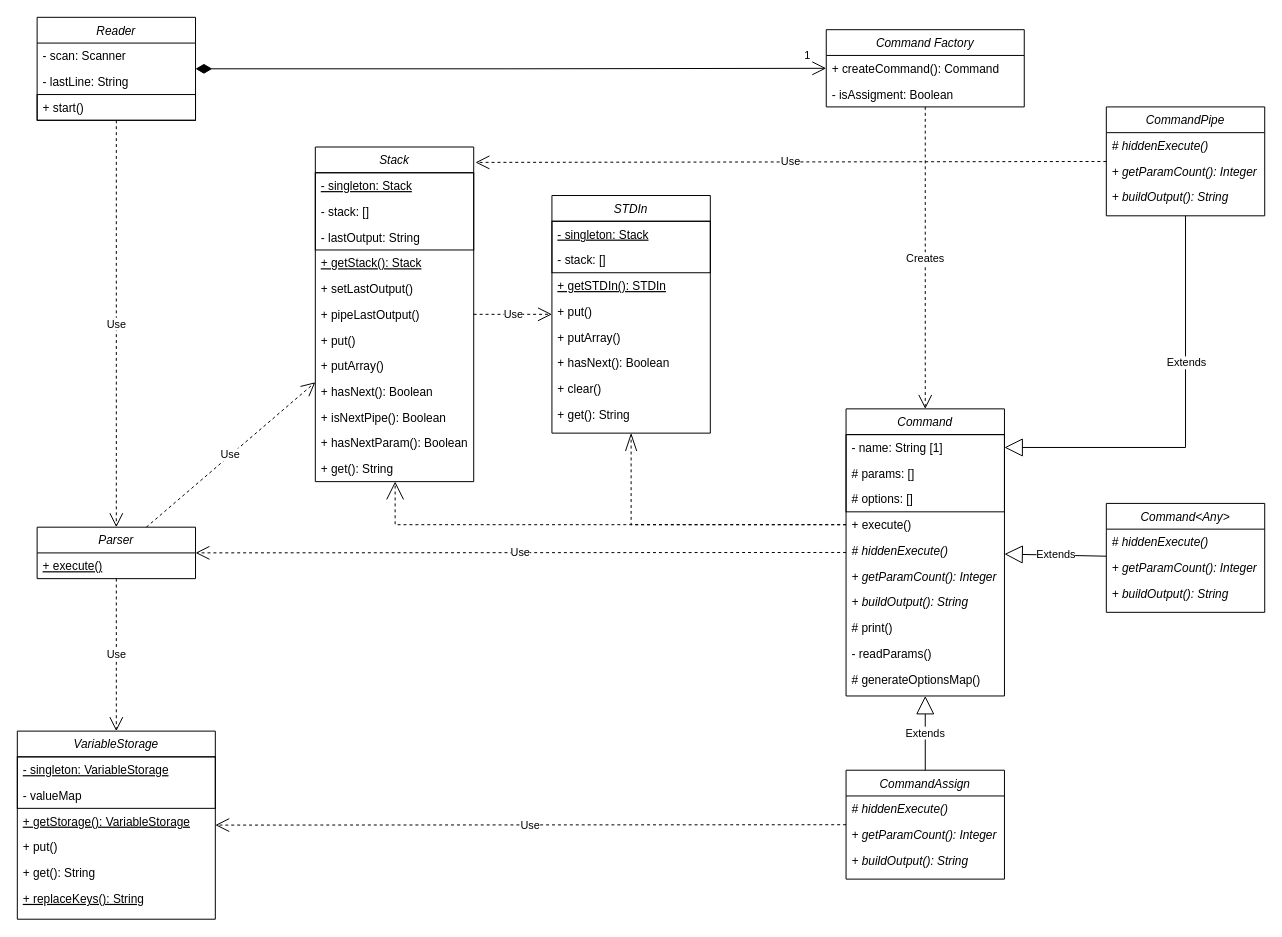
Before: Homework/CLI/CLI/ClassDiagramm.drawio in bogdanspbm/system_architecture, a draw.io diagram. Source tidied: cells renumbered, new cells numbered last; positions are measured from the earlier drawing's top-left corner, leaving out a move shared by most shapes. Both pictures are drawn from the tidied source at 99%, with x=0, y=0 at pixel (17, 17).
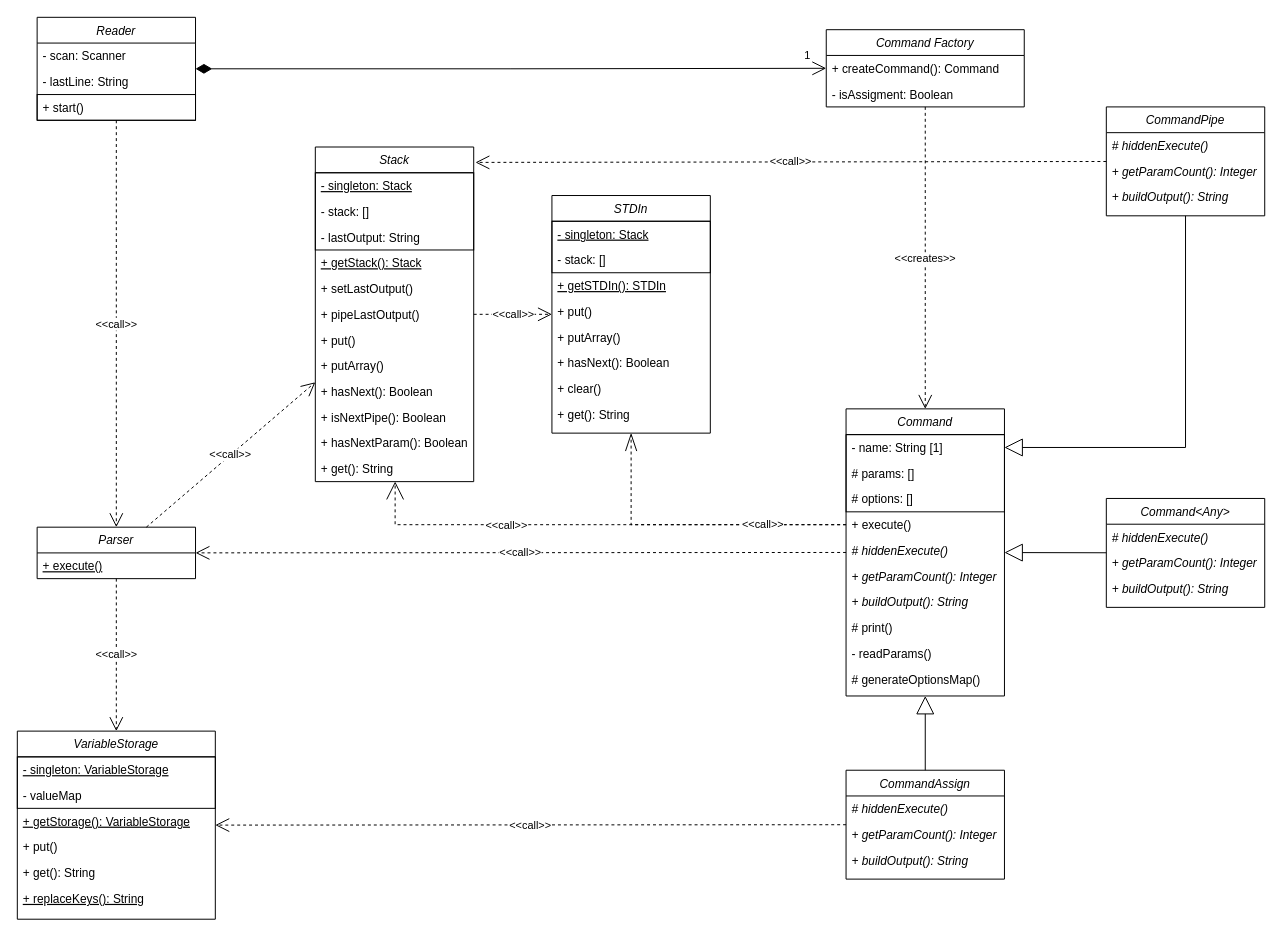
The same page after the edit.

The change refers to these unchanged cells:
```xml
<mxCell id="2" value="Command" style="swimlane;fontStyle=2;align=center;verticalAlign=top;horizontal=1;startSize=26;rounded=0;shadow=0;strokeWidth=1;" parent="1" vertex="1">
  <mxGeometry x="837.1" y="395.5" width="160" height="290" as="geometry" />
</mxCell>
<mxCell id="14" value="Parser" style="swimlane;fontStyle=2;align=center;verticalAlign=top;horizontal=1;startSize=26;rounded=0;shadow=0;strokeWidth=1;" parent="1" vertex="1">
  <mxGeometry x="20" y="515" width="160" height="52" as="geometry" />
</mxCell>
<mxCell id="16" value="Stack" style="swimlane;fontStyle=2;align=center;verticalAlign=top;horizontal=1;startSize=26;rounded=0;shadow=0;strokeWidth=1;" parent="1" vertex="1">
  <mxGeometry x="301" y="131" width="160" height="338" as="geometry" />
</mxCell>
<mxCell id="31" value="Command Factory" style="swimlane;fontStyle=2;align=center;verticalAlign=top;horizontal=1;startSize=26;rounded=0;shadow=0;strokeWidth=1;" parent="1" vertex="1">
  <mxGeometry x="817.1" y="12.5" width="200" height="78" as="geometry" />
</mxCell>
<mxCell id="34" value="STDIn" style="swimlane;fontStyle=2;align=center;verticalAlign=top;horizontal=1;startSize=26;rounded=0;shadow=0;strokeWidth=1;" parent="1" vertex="1">
  <mxGeometry x="540" y="180" width="160" height="240" as="geometry" />
</mxCell>
<mxCell id="45" value="VariableStorage" style="swimlane;fontStyle=2;align=center;verticalAlign=top;horizontal=1;startSize=26;rounded=0;shadow=0;strokeWidth=1;" parent="1" vertex="1">
  <mxGeometry y="721" width="200" height="190" as="geometry" />
</mxCell>
<mxCell id="53" value="Reader" style="swimlane;fontStyle=2;align=center;verticalAlign=top;horizontal=1;startSize=26;rounded=0;shadow=0;strokeWidth=1;" parent="1" vertex="1">
  <mxGeometry x="20" width="160" height="104" as="geometry" />
</mxCell>
<mxCell id="63" value="CommandAssign" style="swimlane;fontStyle=2;align=center;verticalAlign=top;horizontal=1;startSize=26;rounded=0;shadow=0;strokeWidth=1;" parent="1" vertex="1">
  <mxGeometry x="837.1" y="760.5" width="160" height="110" as="geometry" />
</mxCell>
<mxCell id="71" style="edgeStyle=orthogonalEdgeStyle;rounded=0;jettySize=auto;html=1;exitX=0.5;exitY=1;exitDx=0;exitDy=0;entryX=1;entryY=0.5;entryDx=0;entryDy=0;strokeColor=default;endSize=16;endArrow=block;endFill=0;" parent="1" edge="1" source="73" target="4">
  <mxGeometry relative="1" as="geometry" />
</mxCell>
<mxCell id="73" value="CommandPipe" style="swimlane;fontStyle=2;align=center;verticalAlign=top;horizontal=1;startSize=26;rounded=0;shadow=0;strokeWidth=1;" parent="1" vertex="1">
  <mxGeometry x="1100" y="90.5" width="160" height="110" as="geometry" />
</mxCell>
<mxCell id="78" style="edgeStyle=orthogonalEdgeStyle;rounded=0;jettySize=auto;html=1;exitX=0;exitY=0.5;exitDx=0;exitDy=0;entryX=0.504;entryY=0.995;entryDx=0;entryDy=0;entryPerimeter=0;strokeColor=default;endArrow=open;endFill=0;endSize=16;dashed=1;" parent="1" edge="1" source="7" target="30">
  <mxGeometry relative="1" as="geometry" />
</mxCell>
<mxCell id="79" style="edgeStyle=orthogonalEdgeStyle;rounded=0;jettySize=auto;html=1;exitX=0;exitY=0.5;exitDx=0;exitDy=0;entryX=0.5;entryY=1;entryDx=0;entryDy=0;strokeColor=default;strokeWidth=1;endArrow=openThin;endFill=0;endSize=16;dashed=1;" parent="1" edge="1" source="7" target="34">
  <mxGeometry relative="1" as="geometry" />
</mxCell>
```

Diff of the diagram source:
```diff
@@
-    <mxCell id="59" value="Use" style="endArrow=open;endSize=12;dashed=1;html=1;rounded=0;" parent="1" edge="1" source="53" target="14">
+    <mxCell id="59" value="&amp;lt;&amp;lt;call&amp;gt;&amp;gt;" style="endArrow=open;endSize=12;dashed=1;html=1;rounded=0;" parent="1" edge="1" source="53" target="14">
       <mxGeometry relative="1" as="geometry" />
     </mxCell>
-    <mxCell id="60" value="Use" style="endArrow=open;endSize=12;dashed=1;html=1;rounded=0;" parent="1" edge="1" source="2" target="14">
+    <mxCell id="60" value="&amp;lt;&amp;lt;call&amp;gt;&amp;gt;" style="endArrow=open;endSize=12;dashed=1;html=1;rounded=0;" parent="1" edge="1" source="2" target="14">
       <mxGeometry relative="1" as="geometry" />
     </mxCell>
-    <mxCell id="61" value="Creates" style="endArrow=open;endSize=12;dashed=1;html=1;rounded=0;" parent="1" edge="1" source="31" target="2">
+    <mxCell id="61" value="&amp;lt;&amp;lt;creates&amp;gt;&amp;gt;" style="endArrow=open;endSize=12;dashed=1;html=1;rounded=0;" parent="1" edge="1" source="31" target="2">
       <mxGeometry relative="1" as="geometry" />
     </mxCell>
-    <mxCell id="62" value="Use" style="endArrow=open;endSize=12;dashed=1;html=1;rounded=0;" parent="1" edge="1" source="14" target="45">
+    <mxCell id="62" value="&amp;lt;&amp;lt;call&amp;gt;&amp;gt;" style="endArrow=open;endSize=12;dashed=1;html=1;rounded=0;" parent="1" edge="1" source="14" target="45">
       <mxGeometry relative="1" as="geometry" />
     </mxCell>
@@
-    <mxCell id="67" value="Extends" style="endArrow=block;endSize=16;endFill=0;html=1;rounded=0;" parent="1" edge="1" source="63" target="2">
+    <mxCell id="67" style="endArrow=block;endSize=16;endFill=0;html=1;rounded=0;" parent="1" edge="1" source="63" target="2">
       <mxGeometry relative="1" as="geometry" />
     </mxCell>
-    <mxCell id="68" value="Use" style="endArrow=open;endSize=12;dashed=1;html=1;rounded=0;" parent="1" edge="1" source="63" target="45">
+    <mxCell id="68" value="&amp;lt;&amp;lt;call&amp;gt;&amp;gt;" style="endArrow=open;endSize=12;dashed=1;html=1;rounded=0;" parent="1" edge="1" source="63" target="45">
       <mxGeometry relative="1" as="geometry" />
     </mxCell>
-    <mxCell id="69" value="Use" style="endArrow=open;endSize=12;dashed=1;html=1;rounded=0;" parent="1" edge="1" source="16" target="34">
+    <mxCell id="69" value="&amp;lt;&amp;lt;call&amp;gt;&amp;gt;" style="endArrow=open;endSize=12;dashed=1;html=1;rounded=0;" parent="1" edge="1" source="16" target="34">
       <mxGeometry relative="1" as="geometry" />
     </mxCell>
-    <mxCell id="70" value="Use" style="endArrow=open;endSize=12;dashed=1;html=1;rounded=0;" parent="1" edge="1" source="14" target="16">
+    <mxCell id="70" value="&amp;lt;&amp;lt;call&amp;gt;&amp;gt;" style="endArrow=open;endSize=12;dashed=1;html=1;rounded=0;" parent="1" edge="1" source="14" target="16">
       <mxGeometry relative="1" as="geometry" />
     </mxCell>
@@
-    <mxCell id="72" value="Extends" style="edgeLabel;html=1;align=center;verticalAlign=middle;" parent="71" vertex="1">
-      <mxGeometry x="-0.29" y="3" relative="1" as="geometry">
-        <mxPoint x="-3" as="offset" />
-      </mxGeometry>
-    </mxCell>
@@
-    <mxCell id="77" value="Use" style="endArrow=open;endSize=12;dashed=1;html=1;rounded=0;entryX=1.011;entryY=0.046;entryDx=0;entryDy=0;entryPerimeter=0;" parent="1" edge="1" source="73" target="16">
+    <mxCell id="77" value="&amp;lt;&amp;lt;call&amp;gt;&amp;gt;" style="endArrow=open;endSize=12;dashed=1;html=1;rounded=0;entryX=1.011;entryY=0.046;entryDx=0;entryDy=0;entryPerimeter=0;" parent="1" edge="1" source="73" target="16">
       <mxGeometry relative="1" as="geometry" />
     </mxCell>
@@
+    <mxCell id="85" value="&amp;lt;&amp;lt;call&amp;gt;&amp;gt;" style="edgeLabel;html=1;align=center;verticalAlign=middle;" parent="78" vertex="1">
+      <mxGeometry x="0.38" relative="1" as="geometry" />
+    </mxCell>
@@
+    <mxCell id="86" value="&amp;lt;&amp;lt;call&amp;gt;&amp;gt;" style="edgeLabel;html=1;align=center;verticalAlign=middle;" parent="79" vertex="1">
+      <mxGeometry x="-0.45" y="-1" relative="1" as="geometry" />
+    </mxCell>
     <mxCell id="80" value="Command&lt;Any&gt;" style="swimlane;fontStyle=2;align=center;verticalAlign=top;horizontal=1;startSize=26;rounded=0;shadow=0;strokeWidth=1;" parent="1" vertex="1">
-      <mxGeometry x="1100" y="491" width="160" height="110" as="geometry" />
+      <mxGeometry x="1100" y="486" width="160" height="110" as="geometry" />
     </mxCell>
@@
-    <mxCell id="84" value="Extends" style="endArrow=block;endSize=16;endFill=0;html=1;rounded=0;strokeColor=default;strokeWidth=1;" parent="1" edge="1" source="80" target="2">
+    <mxCell id="84" style="endArrow=block;endSize=16;endFill=0;html=1;rounded=0;strokeColor=default;strokeWidth=1;" parent="1" edge="1" source="80" target="2">
       <mxGeometry relative="1" as="geometry" />
     </mxCell>
```
